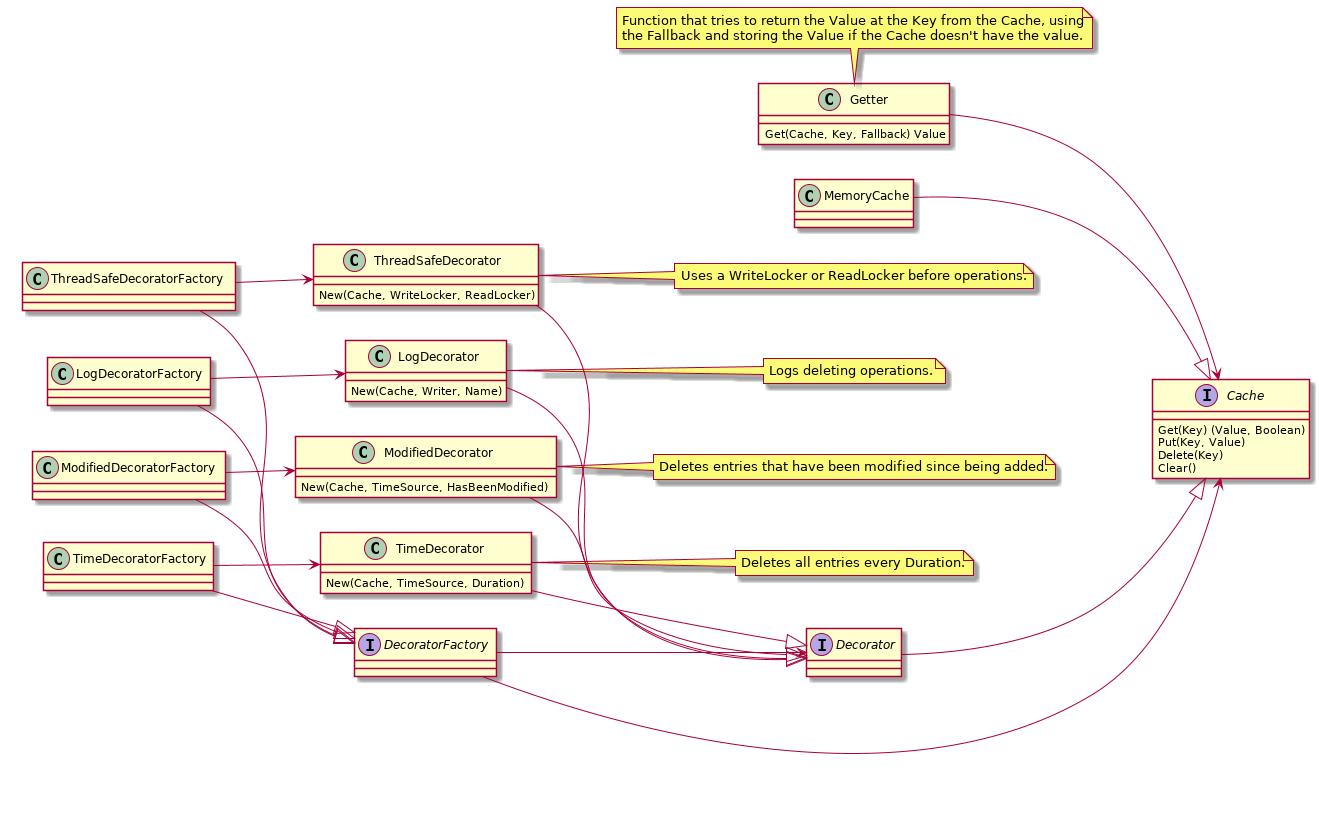
Earlier version of the PlantUML export doc/cache_uml.png (jwowillo/cache). The source it was exported from:
```plantuml
@startuml

left to right direction

class Getter {
	Get(Cache, Key, Fallback) Value
}
note top of Getter
	Function that tries to return the Value at the Key from the Cache, using
	the Fallback and storing the Value if the Cache doesn't have the value.
end note
Getter --> Cache

together {
	interface Cache
	interface Decorator
	interface DecoratorFactory
}

interface Cache {
	Get(Key) (Value, Boolean)
	Put(Key, Value)
	Delete(Key)
	Clear()
}

interface Decorator
Decorator --|> Cache

interface DecoratorFactory
DecoratorFactory --> Decorator
DecoratorFactory --> Cache

class MemoryCache
MemoryCache --|> Cache

together {
	class ThreadSafeDecorator
	note right: Uses a WriteLocker or ReadLocker before operations.
	class LogDecorator
	note right: Logs deleting operations.
	class ModifiedDecorator
	note right: Deletes entries that have been modified since being added.
	class TimeDecorator
	note right: Deletes all entries every Duration.

	class ThreadSafeDecoratorFactory
	class LogDecoratorFactory
	class ModifiedDecoratorFactory
	class TimeDecoratorFactory
}

class ThreadSafeDecorator {
	New(Cache, WriteLocker, ReadLocker)
}
ThreadSafeDecorator --|> Decorator

class ThreadSafeDecoratorFactory
ThreadSafeDecoratorFactory --|> DecoratorFactory
ThreadSafeDecoratorFactory --> ThreadSafeDecorator

class LogDecorator {
	New(Cache, Writer, Name)
}
LogDecorator --|> Decorator

class LogDecoratorFactory
LogDecoratorFactory --|> DecoratorFactory
LogDecoratorFactory --> LogDecorator

class ModifiedDecorator {
	New(Cache, TimeSource, HasBeenModified)
}
ModifiedDecorator --|> Decorator

class ModifiedDecoratorFactory
ModifiedDecoratorFactory --|> DecoratorFactory
ModifiedDecoratorFactory --> ModifiedDecorator

class TimeDecorator {
	New(Cache, TimeSource, Duration)
}
TimeDecorator --|> Decorator

class TimeDecoratorFactory
TimeDecoratorFactory --|> DecoratorFactory
TimeDecoratorFactory --> TimeDecorator

@enduml
```
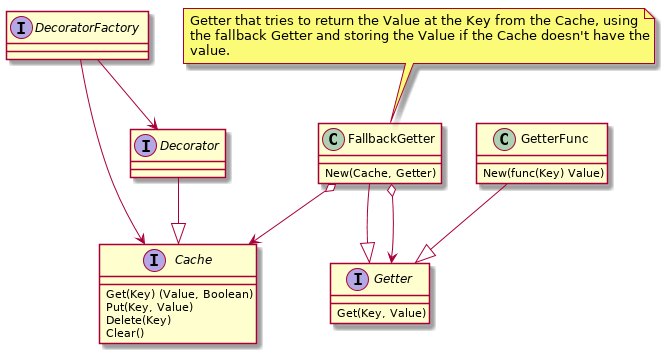
After the change.

Diff of the diagram source:
```diff
@@ -1,21 +1,4 @@
 @startuml
-
-left to right direction
-
-class Getter {
-	Get(Cache, Key, Fallback) Value
-}
-note top of Getter
-	Function that tries to return the Value at the Key from the Cache, using
-	the Fallback and storing the Value if the Cache doesn't have the value.
-end note
-Getter --> Cache
-
-together {
-	interface Cache
-	interface Decorator
-	interface DecoratorFactory
-}
 
 interface Cache {
 	Get(Key) (Value, Boolean)
@@ -23,67 +6,35 @@
 	Delete(Key)
 	Clear()
 }
+interface Decorator
+interface DecoratorFactory
 
-interface Decorator
 Decorator --|> Cache
-
 interface DecoratorFactory
 DecoratorFactory --> Decorator
 DecoratorFactory --> Cache
 
-class MemoryCache
-MemoryCache --|> Cache
 
-together {
-	class ThreadSafeDecorator
-	note right: Uses a WriteLocker or ReadLocker before operations.
-	class LogDecorator
-	note right: Logs deleting operations.
-	class ModifiedDecorator
-	note right: Deletes entries that have been modified since being added.
-	class TimeDecorator
-	note right: Deletes all entries every Duration.
-
-	class ThreadSafeDecoratorFactory
-	class LogDecoratorFactory
-	class ModifiedDecoratorFactory
-	class TimeDecoratorFactory
+interface Getter {
+	Get(Key, Value)
 }
 
-class ThreadSafeDecorator {
-	New(Cache, WriteLocker, ReadLocker)
+class FallbackGetter {
+	New(Cache, Getter)
 }
-ThreadSafeDecorator --|> Decorator
+note top of FallbackGetter
+	Getter that tries to return the Value at the Key from the Cache, using
+	the fallback Getter and storing the Value if the Cache doesn't have the
+	value.
+end note
 
-class ThreadSafeDecoratorFactory
-ThreadSafeDecoratorFactory --|> DecoratorFactory
-ThreadSafeDecoratorFactory --> ThreadSafeDecorator
+FallbackGetter o--> Cache
+FallbackGetter --|> Getter
+FallbackGetter o--> Getter
 
-class LogDecorator {
-	New(Cache, Writer, Name)
+class GetterFunc {
+	New(func(Key) Value)
 }
-LogDecorator --|> Decorator
-
-class LogDecoratorFactory
-LogDecoratorFactory --|> DecoratorFactory
-LogDecoratorFactory --> LogDecorator
-
-class ModifiedDecorator {
-	New(Cache, TimeSource, HasBeenModified)
-}
-ModifiedDecorator --|> Decorator
-
-class ModifiedDecoratorFactory
-ModifiedDecoratorFactory --|> DecoratorFactory
-ModifiedDecoratorFactory --> ModifiedDecorator
-
-class TimeDecorator {
-	New(Cache, TimeSource, Duration)
-}
-TimeDecorator --|> Decorator
-
-class TimeDecoratorFactory
-TimeDecoratorFactory --|> DecoratorFactory
-TimeDecoratorFactory --> TimeDecorator
+GetterFunc --|> Getter
 
 @enduml
```
